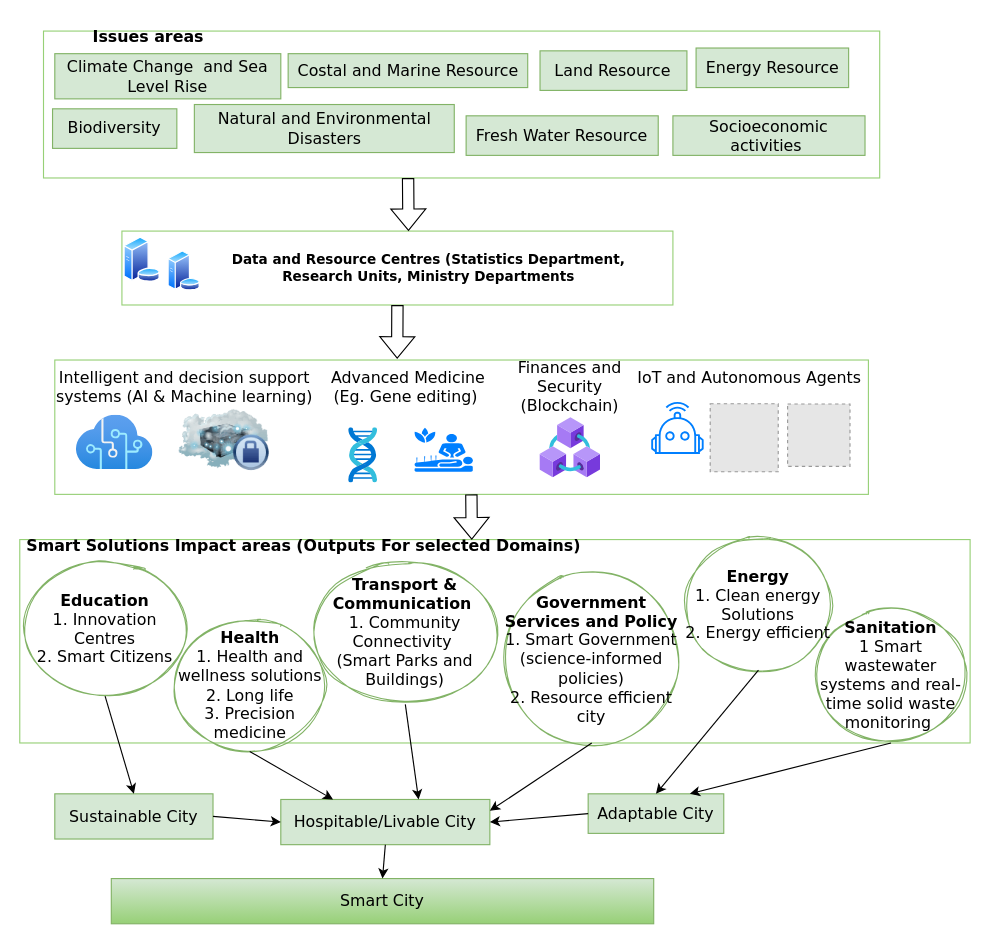
Earlier version of the draw.io diagram page "BarbudaSmart" (2 of 2) of SystemReasoningOverview.drawio (Kibolabs/Diagrams). Source tidied: cells renumbered, new cells numbered last; positions are measured from the earlier drawing's top-left corner, leaving out a move shared by most shapes. Both pictures are drawn from the tidied source at 113%, with x=0, y=0 at pixel (19, 19). Pictures stored in the file or linked from it are replaced by grey dashed boxes.
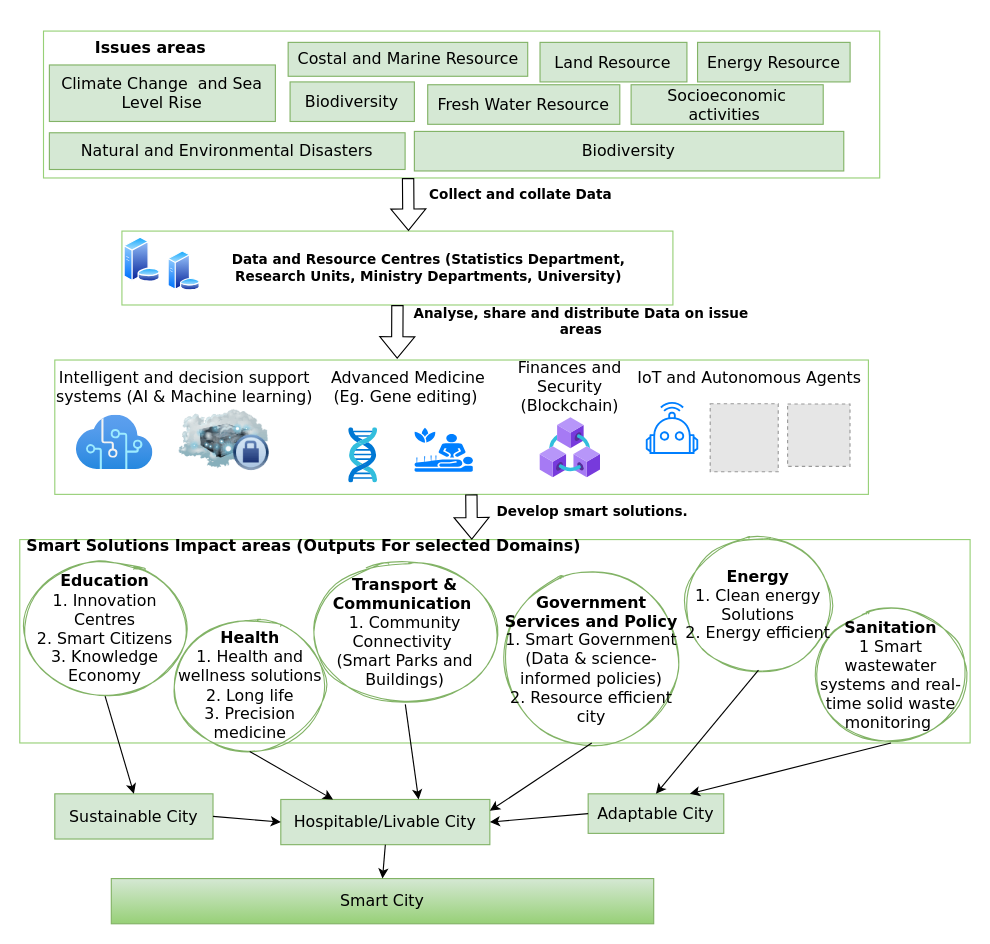
The same diagram, later.

Diff of the diagram source:
```diff
@@
     <mxCell id="6" value="Climate Change &amp;nbsp;and Sea Level Rise" style="rounded=0;whiteSpace=wrap;html=1;fontFamily=Verdana;fontSize=14;fillColor=#d5e8d4;strokeColor=#82b366;" parent="1" vertex="1">
-      <mxGeometry x="31" y="30" width="200" height="40" as="geometry" />
+      <mxGeometry x="26.2" y="40" width="200" height="50" as="geometry" />
     </mxCell>
     <mxCell id="7" value="Natural and Environmental Disasters" style="rounded=0;whiteSpace=wrap;html=1;fontFamily=Verdana;fontSize=14;fillColor=#d5e8d4;strokeColor=#82b366;" parent="1" vertex="1">
-      <mxGeometry x="154.5" y="75" width="230" height="42.5" as="geometry" />
+      <mxGeometry x="26.2" y="100" width="314.8" height="32.5" as="geometry" />
     </mxCell>
     <mxCell id="8" value="Issues areas" style="text;html=1;align=center;verticalAlign=middle;whiteSpace=wrap;rounded=0;fontFamily=Verdana;fontSize=14;rotation=0;fontStyle=1;" parent="1" vertex="1">
-      <mxGeometry x="24" width="180" height="30" as="geometry" />
+      <mxGeometry x="26.2" y="10" width="180" height="30" as="geometry" />
     </mxCell>
@@
     <mxCell id="13" value="Costal and Marine Resource" style="rounded=0;whiteSpace=wrap;html=1;fontFamily=Verdana;fontSize=14;fillColor=#d5e8d4;strokeColor=#82b366;" parent="1" vertex="1">
-      <mxGeometry x="237.5" y="30" width="212" height="30" as="geometry" />
+      <mxGeometry x="237.5" y="20" width="212" height="30" as="geometry" />
     </mxCell>
     <mxCell id="14" value="Land Resource" style="rounded=0;whiteSpace=wrap;html=1;fontFamily=Verdana;fontSize=14;fillColor=#d5e8d4;strokeColor=#82b366;" parent="1" vertex="1">
-      <mxGeometry x="460.4" y="27.5" width="130" height="35" as="geometry" />
+      <mxGeometry x="460.4" y="20" width="130" height="35" as="geometry" />
     </mxCell>
     <mxCell id="15" value="Energy Resource" style="rounded=0;whiteSpace=wrap;html=1;fontFamily=Verdana;fontSize=14;fillColor=#d5e8d4;strokeColor=#82b366;" parent="1" vertex="1">
-      <mxGeometry x="598.5" y="25" width="135" height="35" as="geometry" />
+      <mxGeometry x="599.8" y="20" width="135" height="35" as="geometry" />
     </mxCell>
     <mxCell id="16" value="Biodiversity" style="rounded=0;whiteSpace=wrap;html=1;fontFamily=Verdana;fontSize=14;fillColor=#d5e8d4;strokeColor=#82b366;" parent="1" vertex="1">
-      <mxGeometry x="29" y="78.8" width="110" height="35" as="geometry" />
+      <mxGeometry x="239.2" y="55" width="110" height="35" as="geometry" />
     </mxCell>
     <mxCell id="17" value="Socioeconomic activities&amp;nbsp;" style="rounded=0;whiteSpace=wrap;html=1;fontFamily=Verdana;fontSize=14;fillColor=#d5e8d4;strokeColor=#82b366;" parent="1" vertex="1">
-      <mxGeometry x="578" y="85" width="170" height="35" as="geometry" />
+      <mxGeometry x="541" y="57.5" width="170" height="35" as="geometry" />
     </mxCell>
     <mxCell id="18" value="Fresh Water Resource" style="rounded=0;whiteSpace=wrap;html=1;fontFamily=Verdana;fontSize=14;fillColor=#d5e8d4;strokeColor=#82b366;" parent="1" vertex="1">
-      <mxGeometry x="395" y="85" width="170" height="35" as="geometry" />
+      <mxGeometry x="361" y="57.5" width="170" height="35" as="geometry" />
     </mxCell>
@@
     <mxCell id="22" style="sketch=0;gradientDirection=north;dashed=0;verticalLabelPosition=bottom;verticalAlign=top;align=center;html=1;fontSize=14;fontStyle=0;shape=mxgraph.aws4.resourceIcon;resIcon=mxgraph.aws4.robotics;fontFamily=Verdana;strokeColor=#007FFF;fillColor=none;" parent="1" vertex="1">
-      <mxGeometry x="553" y="332.2" width="58" height="58" as="geometry" />
+      <mxGeometry x="548.2" y="332.2" width="58" height="58" as="geometry" />
     </mxCell>
@@
-    <mxCell id="31" value="&lt;b style=&quot;font-size: 14px;&quot;&gt;Education&lt;/b&gt;&lt;br style=&quot;font-size: 14px;&quot;&gt;1. Innovation Centres&lt;br style=&quot;font-size: 14px;&quot;&gt;2. Smart Citizens" style="ellipse;whiteSpace=wrap;html=1;fontFamily=Verdana;fontSize=14;fillColor=none;strokeColor=#82b366;sketch=1;" parent="1" vertex="1">
+    <mxCell id="31" value="&lt;b style=&quot;font-size: 14px;&quot;&gt;Education&lt;/b&gt;&lt;br style=&quot;font-size: 14px;&quot;&gt;1. Innovation Centres&lt;br style=&quot;font-size: 14px;&quot;&gt;2. Smart Citizens&lt;br&gt;3. Knowledge Economy" style="ellipse;whiteSpace=wrap;html=1;fontFamily=Verdana;fontSize=14;fillColor=none;strokeColor=#82b366;sketch=1;" parent="1" vertex="1">
       <mxGeometry y="478.6" width="151" height="120" as="geometry" />
     </mxCell>
@@
-    <mxCell id="40" value="&lt;div style=&quot;&quot;&gt;&lt;b&gt;Government Services and&amp;nbsp;Policy&lt;/b&gt;&lt;/div&gt;&lt;div style=&quot;&quot;&gt;1. Smart Government (science-informed policies)&lt;/div&gt;&lt;div style=&quot;&quot;&gt;2. Resource efficient city&lt;/div&gt;" style="ellipse;whiteSpace=wrap;html=1;fontFamily=Verdana;fontSize=14;align=center;fillColor=none;strokeColor=#82b366;sketch=1;" parent="1" vertex="1">
+    <mxCell id="40" value="&lt;div style=&quot;&quot;&gt;&lt;b&gt;Government Services and&amp;nbsp;Policy&lt;/b&gt;&lt;/div&gt;&lt;div style=&quot;&quot;&gt;1. Smart Government (Data &amp;amp; science-informed policies)&lt;/div&gt;&lt;div style=&quot;&quot;&gt;2. Resource efficient city&lt;/div&gt;" style="ellipse;whiteSpace=wrap;html=1;fontFamily=Verdana;fontSize=14;align=center;fillColor=none;strokeColor=#82b366;sketch=1;" parent="1" vertex="1">
       <mxGeometry x="426.2" y="491.1" width="160" height="148.9" as="geometry" />
     </mxCell>
@@
-    <mxCell id="44" value="Data and Resource Centres (Statistics Department, Research Units, Ministry Departments" style="text;html=1;strokeColor=none;fillColor=none;align=center;verticalAlign=middle;whiteSpace=wrap;rounded=0;dashed=1;rotation=0;fontFamily=Verdana;fontStyle=1;" parent="1" vertex="1">
+    <mxCell id="44" value="Data and Resource Centres (Statistics Department, Research Units, Ministry Departments, University)" style="text;html=1;strokeColor=none;fillColor=none;align=center;verticalAlign=middle;whiteSpace=wrap;rounded=0;dashed=1;rotation=0;fontFamily=Verdana;fontStyle=1;" parent="1" vertex="1">
       <mxGeometry x="169.5" y="189.6" width="383.5" height="60" as="geometry" />
     </mxCell>
@@
+    <mxCell id="53" value="Collect and collate Data" style="text;html=1;strokeColor=none;fillColor=none;align=center;verticalAlign=middle;whiteSpace=wrap;rounded=0;fontFamily=Verdana;fontStyle=1;" parent="1" vertex="1">
+      <mxGeometry x="326" y="140" width="235" height="30" as="geometry" />
+    </mxCell>
+    <mxCell id="54" value="Analyse, share and distribute Data on issue areas" style="text;html=1;strokeColor=none;fillColor=none;align=center;verticalAlign=middle;whiteSpace=wrap;rounded=0;fontFamily=Verdana;fontStyle=1;" parent="1" vertex="1">
+      <mxGeometry x="341" y="252.3" width="311.8" height="30" as="geometry" />
+    </mxCell>
+    <mxCell id="55" value="Develop smart solutions." style="text;html=1;strokeColor=none;fillColor=none;align=center;verticalAlign=middle;whiteSpace=wrap;rounded=0;fontFamily=Verdana;fontStyle=1;" parent="1" vertex="1">
+      <mxGeometry x="412.5" y="421.1" width="187.5" height="30" as="geometry" />
+    </mxCell>
+    <mxCell id="56" value="Biodiversity" style="rounded=0;whiteSpace=wrap;html=1;fontFamily=Verdana;fontSize=14;fillColor=#d5e8d4;strokeColor=#82b366;" parent="1" vertex="1">
+      <mxGeometry x="349.2" y="98.8" width="380" height="35" as="geometry" />
+    </mxCell>
```
